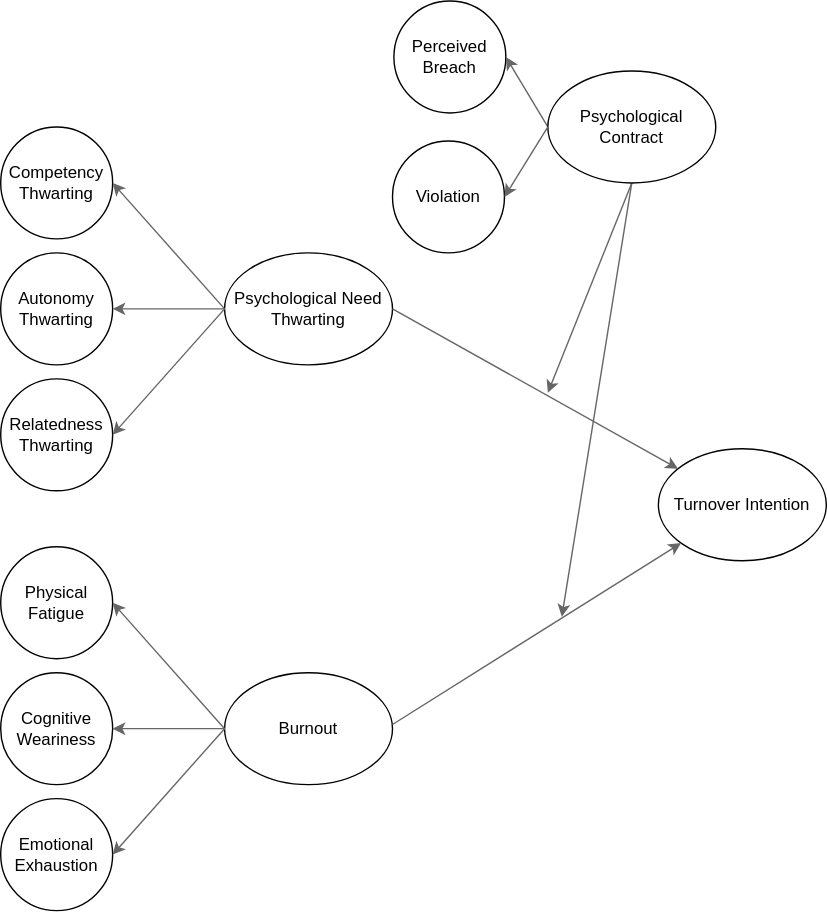
Before: figs/thesis-process-model.svg, a diagram exported from draw.io (datasci-iopsy/dkg-phd-thesis). Source tidied: cells renumbered, new cells last; positions are measured from the earlier drawing's top-left corner, leaving out a move shared by most shapes.
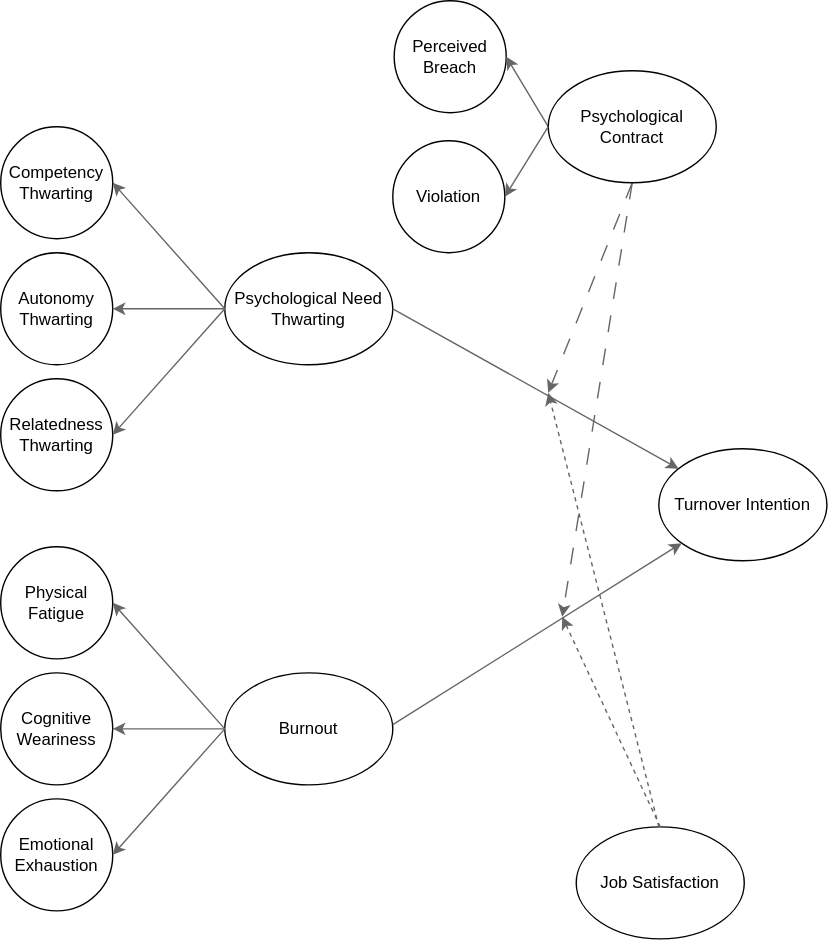
The same diagram one commit later.

Commit message:
updated readme and process model

Change to the diagram source:
```diff
@@ -37,7 +37,7 @@
     <mxCell id="12" style="endArrow=classic;html=1;entryX=1;entryY=0.5;entryDx=0;entryDy=0;exitX=0;exitY=0.5;exitDx=0;exitDy=0;fillColor=#f5f5f5;strokeColor=#666666;" parent="5" edge="1" source="9" target="4">
       <mxGeometry relative="1" as="geometry" />
     </mxCell>
-    <mxCell id="13" style="endArrow=classic;html=1;exitX=0.5;exitY=1;exitDx=0;exitDy=0;fillColor=#f5f5f5;strokeColor=#666666;" parent="5" edge="1" source="29">
+    <mxCell id="13" style="endArrow=classic;html=1;exitX=0.5;exitY=1;exitDx=0;exitDy=0;fillColor=#f5f5f5;strokeColor=#666666;dashed=1;dashPattern=12 12;" parent="5" edge="1" source="29">
       <mxGeometry relative="1" as="geometry">
         <mxPoint x="391" y="-110" as="targetPoint" />
       </mxGeometry>
@@ -85,7 +85,7 @@
         <mxPoint x="280" y="427" as="sourcePoint" />
       </mxGeometry>
     </mxCell>
-    <mxCell id="25" style="endArrow=classic;html=1;fillColor=#f5f5f5;strokeColor=#666666;exitX=0.5;exitY=1;exitDx=0;exitDy=0;" parent="2" edge="1" source="29">
+    <mxCell id="25" style="endArrow=classic;html=1;fillColor=#f5f5f5;strokeColor=#666666;exitX=0.5;exitY=1;exitDx=0;exitDy=0;dashed=1;dashPattern=12 12;" parent="2" edge="1" source="29">
       <mxGeometry relative="1" as="geometry">
         <mxPoint x="401" y="350" as="targetPoint" />
       </mxGeometry>
@@ -93,6 +93,14 @@
     <mxCell id="26" value="Violation" style="ellipse;whiteSpace=wrap;html=1;" parent="2" vertex="1">
       <mxGeometry x="280" y="10" width="80" height="80" as="geometry" />
     </mxCell>
+    <mxCell id="31" value="Job Satisfaction" style="ellipse;whiteSpace=wrap;html=1;" parent="2" vertex="1">
+      <mxGeometry x="411" y="500" width="120" height="80" as="geometry" />
+    </mxCell>
+    <mxCell id="32" style="endArrow=classic;html=1;exitX=0.5;exitY=0;exitDx=0;exitDy=0;fillColor=#f5f5f5;strokeColor=#666666;dashed=1;" parent="2" edge="1" source="31">
+      <mxGeometry relative="1" as="geometry">
+        <mxPoint x="401" y="350" as="targetPoint" />
+      </mxGeometry>
+    </mxCell>
     <mxCell id="27" value="Perceived Breach" style="ellipse;whiteSpace=wrap;html=1;" parent="1" vertex="1">
       <mxGeometry x="281" width="80" height="80" as="geometry" />
     </mxCell>
@@ -105,5 +113,11 @@
     <mxCell id="30" style="endArrow=classic;html=1;fillColor=#f5f5f5;strokeColor=#666666;exitX=0;exitY=0.5;exitDx=0;exitDy=0;entryX=1;entryY=0.5;entryDx=0;entryDy=0;" parent="1" edge="1" source="29" target="26">
       <mxGeometry relative="1" as="geometry" />
     </mxCell>
+    <mxCell id="33" style="endArrow=classic;html=1;fillColor=#f5f5f5;strokeColor=#666666;dashed=1;" parent="1" edge="1">
+      <mxGeometry relative="1" as="geometry">
+        <mxPoint x="470" y="590" as="sourcePoint" />
+        <mxPoint x="391" y="280" as="targetPoint" />
+      </mxGeometry>
+    </mxCell>
   </root>
 </mxGraphModel>
```
